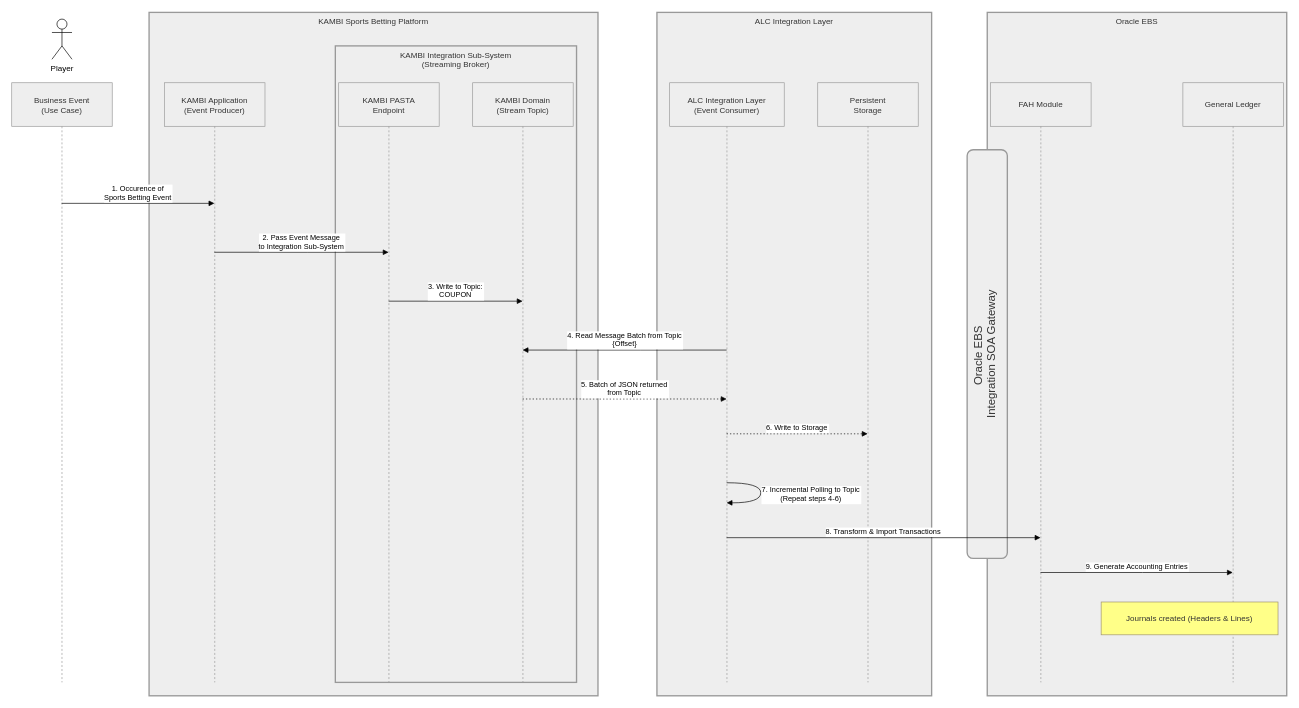
Above: page "Sequence1" (2 of 6) of ALC KAMBI.drawio in luclalor/Draw_IO (draw.io), before the change. Source tidied: cells renumbered, new cells numbered last; positions are measured from the earlier drawing's top-left corner, leaving out a move shared by most shapes. Both pictures are drawn from the tidied source at 67%, with x=0, y=0 at pixel (11, 12).
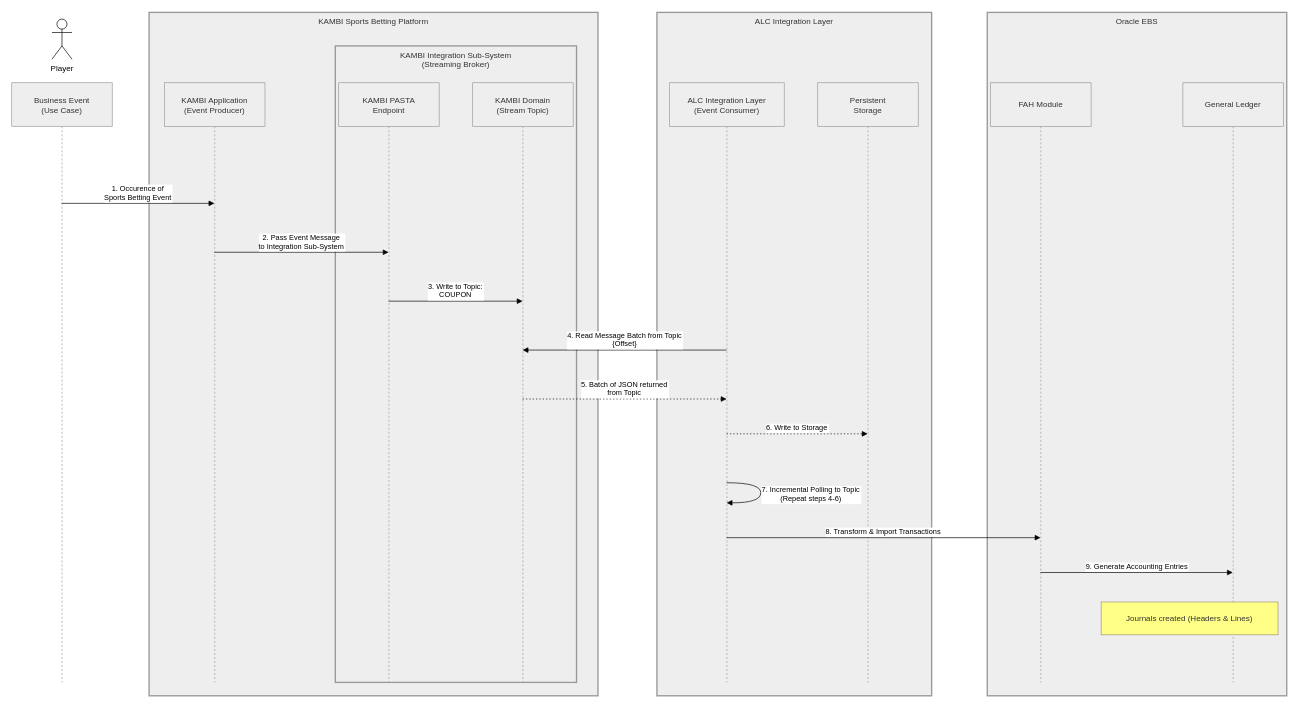
Above is the later version.

Commit message:
Update ALC KAMBI.drawio - added Sequence2 to show detailed FAH orchestration

Diff of the diagram source:
```diff
@@
-    <mxCell id="23" value="Oracle EBS &#10;Integration SOA Gateway" style="whiteSpace=wrap;strokeWidth=2;verticalAlign=top;fillColor=light-dark(#eeeeee,#1f2020);strokeColor=light-dark(#999999,#cccccc);fontColor=light-dark(#333333,#cccccc);rounded=1;horizontal=0;fontSize=17;" parent="1" vertex="1">
-      <mxGeometry x="1426" y="205" width="60" height="610" as="geometry" />
-    </mxCell>
```
